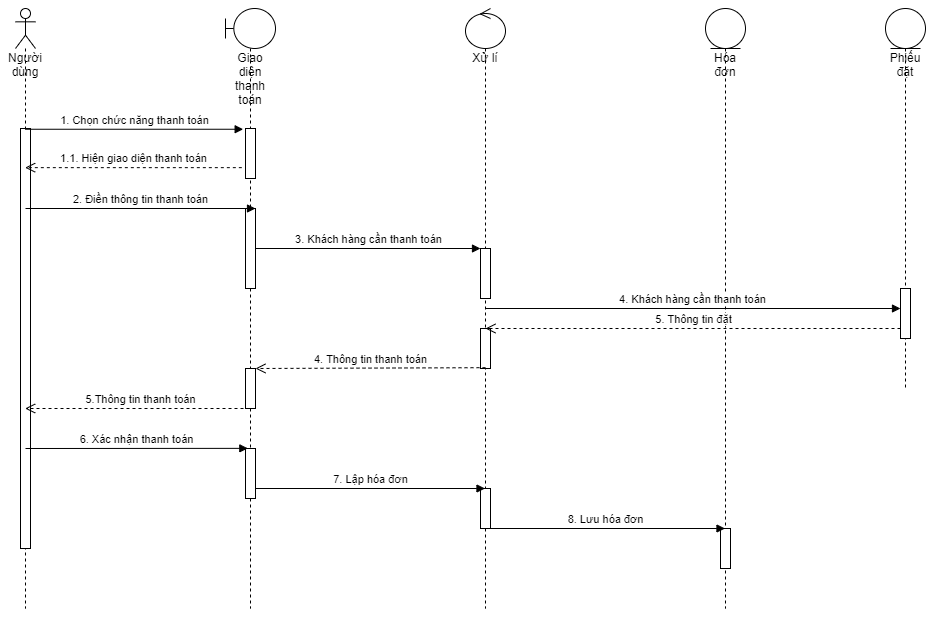
KNhaa/DoAnCNPM keeps this draw.io diagram as Phan_Tich_Thiet_Ke/Diagram/Sequence_Diagram/Sequence_ThanhToan.png. Above is the earlier version. Source tidied: cells renumbered, new cells last; positions are measured from the earlier drawing's top-left corner, leaving out a move shared by most shapes. The source it was exported from:
```xml
<mxGraphModel>
  <root>
    <mxCell id="0" />
    <mxCell id="1" parent="0" />
    <mxCell id="2" value="Người dùng" style="shape=umlLifeline;participant=umlActor;perimeter=lifelinePerimeter;whiteSpace=wrap;html=1;verticalAlign=top;spacingTop=36;outlineConnect=0;" parent="1" vertex="1">
      <mxGeometry width="20" height="600" as="geometry" />
    </mxCell>
    <mxCell id="3" style="html=1;perimeter=orthogonalPerimeter;" parent="2" vertex="1">
      <mxGeometry x="5" y="120" width="10" height="420" as="geometry" />
    </mxCell>
    <mxCell id="4" value="Giao diện thanh toán" style="shape=umlLifeline;participant=umlBoundary;perimeter=lifelinePerimeter;whiteSpace=wrap;html=1;verticalAlign=top;spacingTop=36;" parent="1" vertex="1">
      <mxGeometry x="210" width="50" height="600" as="geometry" />
    </mxCell>
    <mxCell id="5" style="html=1;points=[];perimeter=orthogonalPerimeter;" parent="4" vertex="1">
      <mxGeometry x="20" y="120" width="10" height="50" as="geometry" />
    </mxCell>
    <mxCell id="6" style="html=1;points=[];perimeter=orthogonalPerimeter;" parent="4" vertex="1">
      <mxGeometry x="20" y="200" width="10" height="80" as="geometry" />
    </mxCell>
    <mxCell id="7" style="html=1;points=[];perimeter=orthogonalPerimeter;" parent="4" vertex="1">
      <mxGeometry x="20" y="440" width="10" height="50" as="geometry" />
    </mxCell>
    <mxCell id="8" value="Xử lí" style="shape=umlLifeline;participant=umlControl;perimeter=lifelinePerimeter;whiteSpace=wrap;html=1;verticalAlign=top;spacingTop=36;outlineConnect=0;" parent="1" vertex="1">
      <mxGeometry x="450" width="40" height="600" as="geometry" />
    </mxCell>
    <mxCell id="9" style="html=1;points=[];perimeter=orthogonalPerimeter;" parent="8" vertex="1">
      <mxGeometry x="15" y="240" width="10" height="50" as="geometry" />
    </mxCell>
    <mxCell id="10" style="html=1;perimeter=orthogonalPerimeter;" parent="8" vertex="1">
      <mxGeometry x="15" y="320" width="10" height="40" as="geometry" />
    </mxCell>
    <mxCell id="11" style="html=1;perimeter=orthogonalPerimeter;" parent="8" vertex="1">
      <mxGeometry x="15" y="480" width="10" height="40" as="geometry" />
    </mxCell>
    <mxCell id="12" value="Hóa đơn" style="shape=umlLifeline;participant=umlEntity;perimeter=lifelinePerimeter;whiteSpace=wrap;html=1;verticalAlign=top;spacingTop=36;outlineConnect=0;" parent="1" vertex="1">
      <mxGeometry x="690" width="40" height="600" as="geometry" />
    </mxCell>
    <mxCell id="13" style="html=1;perimeter=orthogonalPerimeter;" parent="12" vertex="1">
      <mxGeometry x="15" y="520" width="10" height="40" as="geometry" />
    </mxCell>
    <mxCell id="14" value="1. Chọn chức năng thanh toán" style="html=1;verticalAlign=bottom;endArrow=block;entryX=-0.233;entryY=0.015;entryDx=0;entryDy=0;entryPerimeter=0;" parent="1" edge="1" source="2" target="5">
      <mxGeometry relative="1" as="geometry" />
    </mxCell>
    <mxCell id="15" value="1.1. Hiện giao diện thanh toán" style="html=1;verticalAlign=bottom;endArrow=open;dashed=1;endSize=8;exitX=-0.367;exitY=0.783;exitDx=0;exitDy=0;exitPerimeter=0;" parent="1" edge="1" source="5" target="2">
      <mxGeometry relative="1" as="geometry" />
    </mxCell>
    <mxCell id="16" value="2. Điền thông tin thanh toán" style="html=1;verticalAlign=bottom;endArrow=block;" parent="1" edge="1">
      <mxGeometry relative="1" as="geometry">
        <mxPoint x="10" y="200" as="sourcePoint" />
        <mxPoint x="240" y="200" as="targetPoint" />
      </mxGeometry>
    </mxCell>
    <mxCell id="17" value="3. Khách hàng cần thanh toán" style="html=1;verticalAlign=bottom;endArrow=block;" parent="1" edge="1" source="6" target="9">
      <mxGeometry relative="1" as="geometry" />
    </mxCell>
    <mxCell id="18" value="4. Khách hàng cần thanh toán" style="html=1;verticalAlign=bottom;endArrow=block;" parent="1" edge="1" source="8" target="21">
      <mxGeometry relative="1" as="geometry" />
    </mxCell>
    <mxCell id="19" value="5. Thông tin đặt" style="html=1;verticalAlign=bottom;endArrow=open;dashed=1;endSize=8;" parent="1" edge="1" source="21">
      <mxGeometry relative="1" as="geometry">
        <mxPoint x="470" y="320" as="targetPoint" />
      </mxGeometry>
    </mxCell>
    <mxCell id="20" value="Phiếu đặt" style="shape=umlLifeline;participant=umlEntity;perimeter=lifelinePerimeter;whiteSpace=wrap;html=1;verticalAlign=top;spacingTop=36;" parent="1" vertex="1">
      <mxGeometry x="870" width="40" height="380" as="geometry" />
    </mxCell>
    <mxCell id="21" style="html=1;points=[];perimeter=orthogonalPerimeter;" parent="20" vertex="1">
      <mxGeometry x="15" y="280" width="10" height="50" as="geometry" />
    </mxCell>
    <mxCell id="22" value="4. Thông tin thanh toán" style="html=1;verticalAlign=bottom;endArrow=open;dashed=1;endSize=8;" parent="1" edge="1" target="23">
      <mxGeometry relative="1" as="geometry">
        <mxPoint x="470" y="359.2" as="sourcePoint" />
      </mxGeometry>
    </mxCell>
    <mxCell id="23" style="html=1;points=[];perimeter=orthogonalPerimeter;" parent="1" vertex="1">
      <mxGeometry x="230" y="360" width="10" height="40" as="geometry" />
    </mxCell>
    <mxCell id="24" value="5.Thông tin thanh toán" style="html=1;verticalAlign=bottom;endArrow=open;dashed=1;endSize=8;" parent="1" edge="1" target="2">
      <mxGeometry relative="1" as="geometry">
        <mxPoint x="240" y="400" as="sourcePoint" />
      </mxGeometry>
    </mxCell>
    <mxCell id="25" value="6. Xác nhận thanh toán" style="html=1;verticalAlign=bottom;endArrow=block;entryX=0.233;entryY=-0.003;entryDx=0;entryDy=0;entryPerimeter=0;" parent="1" edge="1" target="7">
      <mxGeometry relative="1" as="geometry">
        <mxPoint x="10" y="440" as="sourcePoint" />
      </mxGeometry>
    </mxCell>
    <mxCell id="26" value="7. Lập hóa đơn" style="html=1;verticalAlign=bottom;endArrow=block;" parent="1" edge="1" target="8">
      <mxGeometry relative="1" as="geometry">
        <mxPoint x="240" y="480" as="sourcePoint" />
      </mxGeometry>
    </mxCell>
    <mxCell id="27" value="8. Lưu hóa đơn" style="html=1;verticalAlign=bottom;endArrow=block;" parent="1" edge="1" target="12">
      <mxGeometry relative="1" as="geometry">
        <mxPoint x="470" y="520" as="sourcePoint" />
      </mxGeometry>
    </mxCell>
  </root>
</mxGraphModel>
```
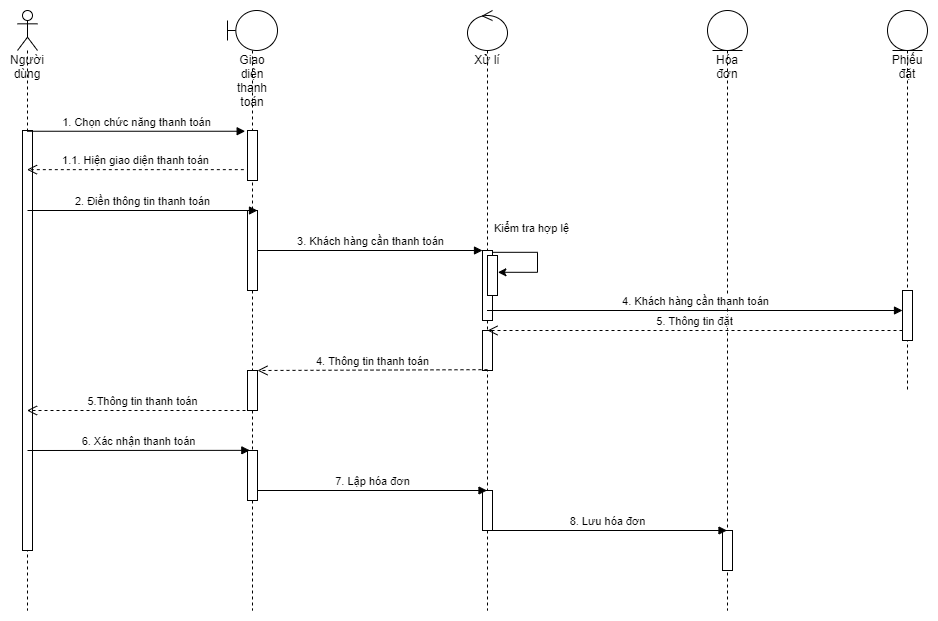
The same diagram one commit later.

Commit message:
Update lại diagram

What changed in the source:
```diff
@@ -24,7 +24,7 @@
       <mxGeometry x="450" width="40" height="600" as="geometry" />
     </mxCell>
     <mxCell id="9" style="html=1;points=[];perimeter=orthogonalPerimeter;" parent="8" vertex="1">
-      <mxGeometry x="15" y="240" width="10" height="50" as="geometry" />
+      <mxGeometry x="15" y="240" width="10" height="70" as="geometry" />
     </mxCell>
     <mxCell id="10" style="html=1;perimeter=orthogonalPerimeter;" parent="8" vertex="1">
       <mxGeometry x="15" y="320" width="10" height="40" as="geometry" />
@@ -95,5 +95,17 @@
         <mxPoint x="470" y="520" as="sourcePoint" />
       </mxGeometry>
     </mxCell>
+    <mxCell id="28" value="Kiểm tra hợp lệ" style="endArrow=classic;html=1;exitX=0.98;exitY=0.026;exitDx=0;exitDy=0;exitPerimeter=0;edgeStyle=orthogonalEdgeStyle;rounded=0;entryX=1.04;entryY=0.42;entryDx=0;entryDy=0;entryPerimeter=0;" parent="1" edge="1" source="9" target="29">
+      <mxGeometry x="-0.17" y="14" relative="1" as="geometry">
+        <Array as="points">
+          <mxPoint x="520" y="242" />
+          <mxPoint x="520" y="262" />
+        </Array>
+        <mxPoint x="-4" y="-10" as="offset" />
+      </mxGeometry>
+    </mxCell>
+    <mxCell id="29" style="html=1;points=[];perimeter=orthogonalPerimeter;" parent="1" vertex="1">
+      <mxGeometry x="470" y="245" width="10" height="40" as="geometry" />
+    </mxCell>
   </root>
 </mxGraphModel>
```
